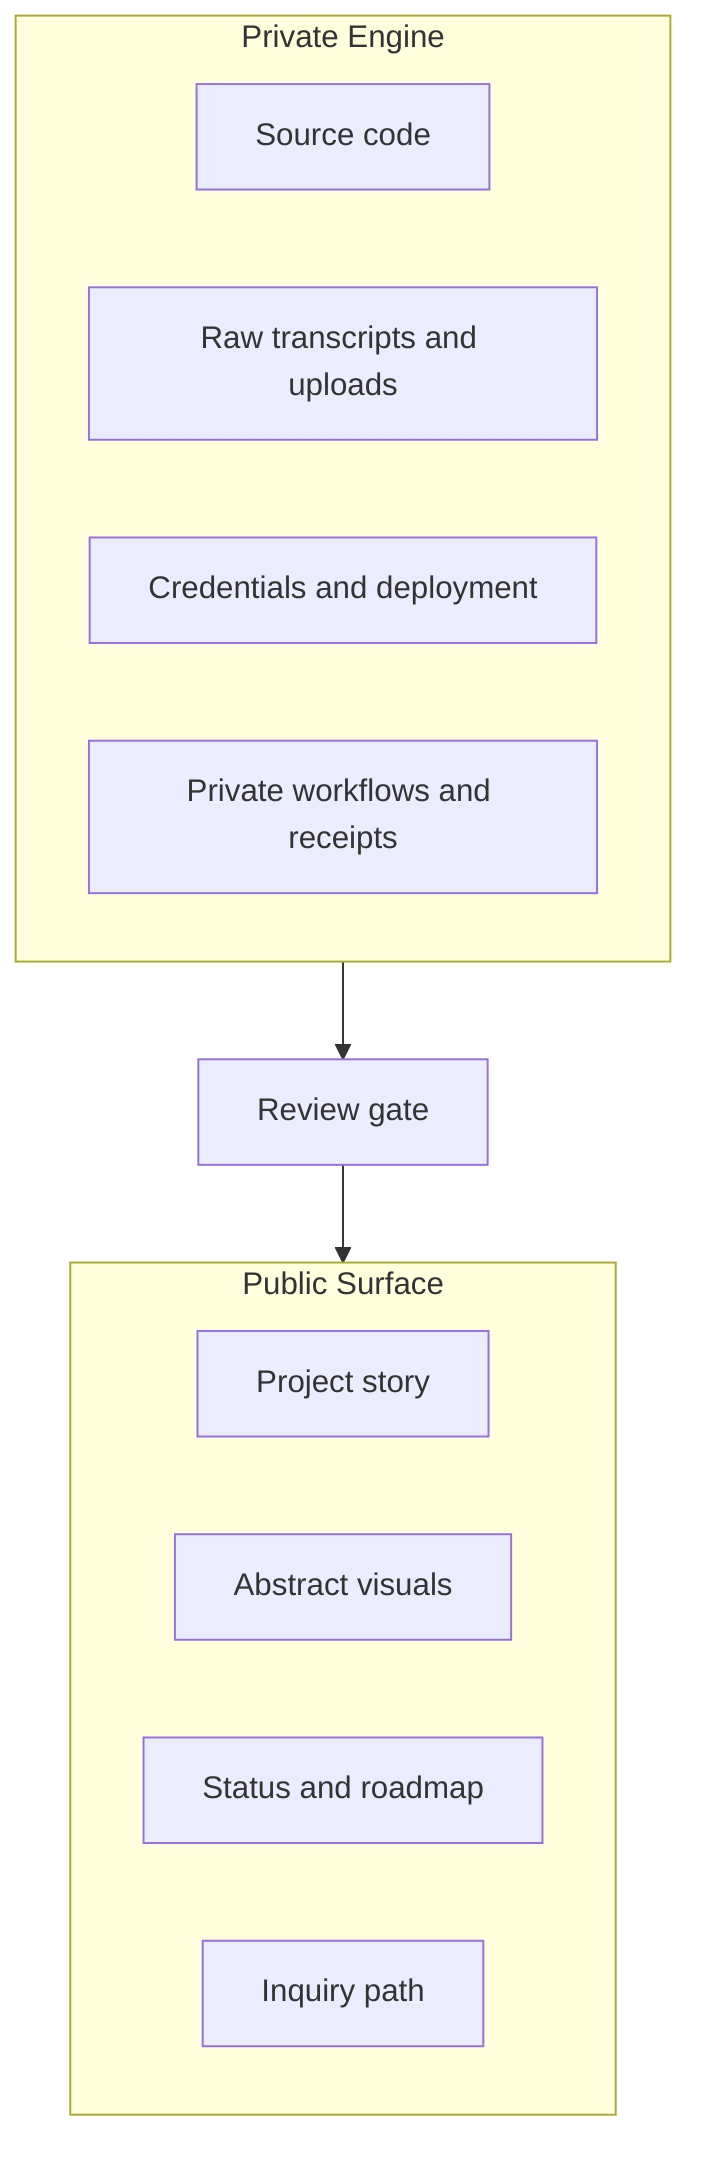
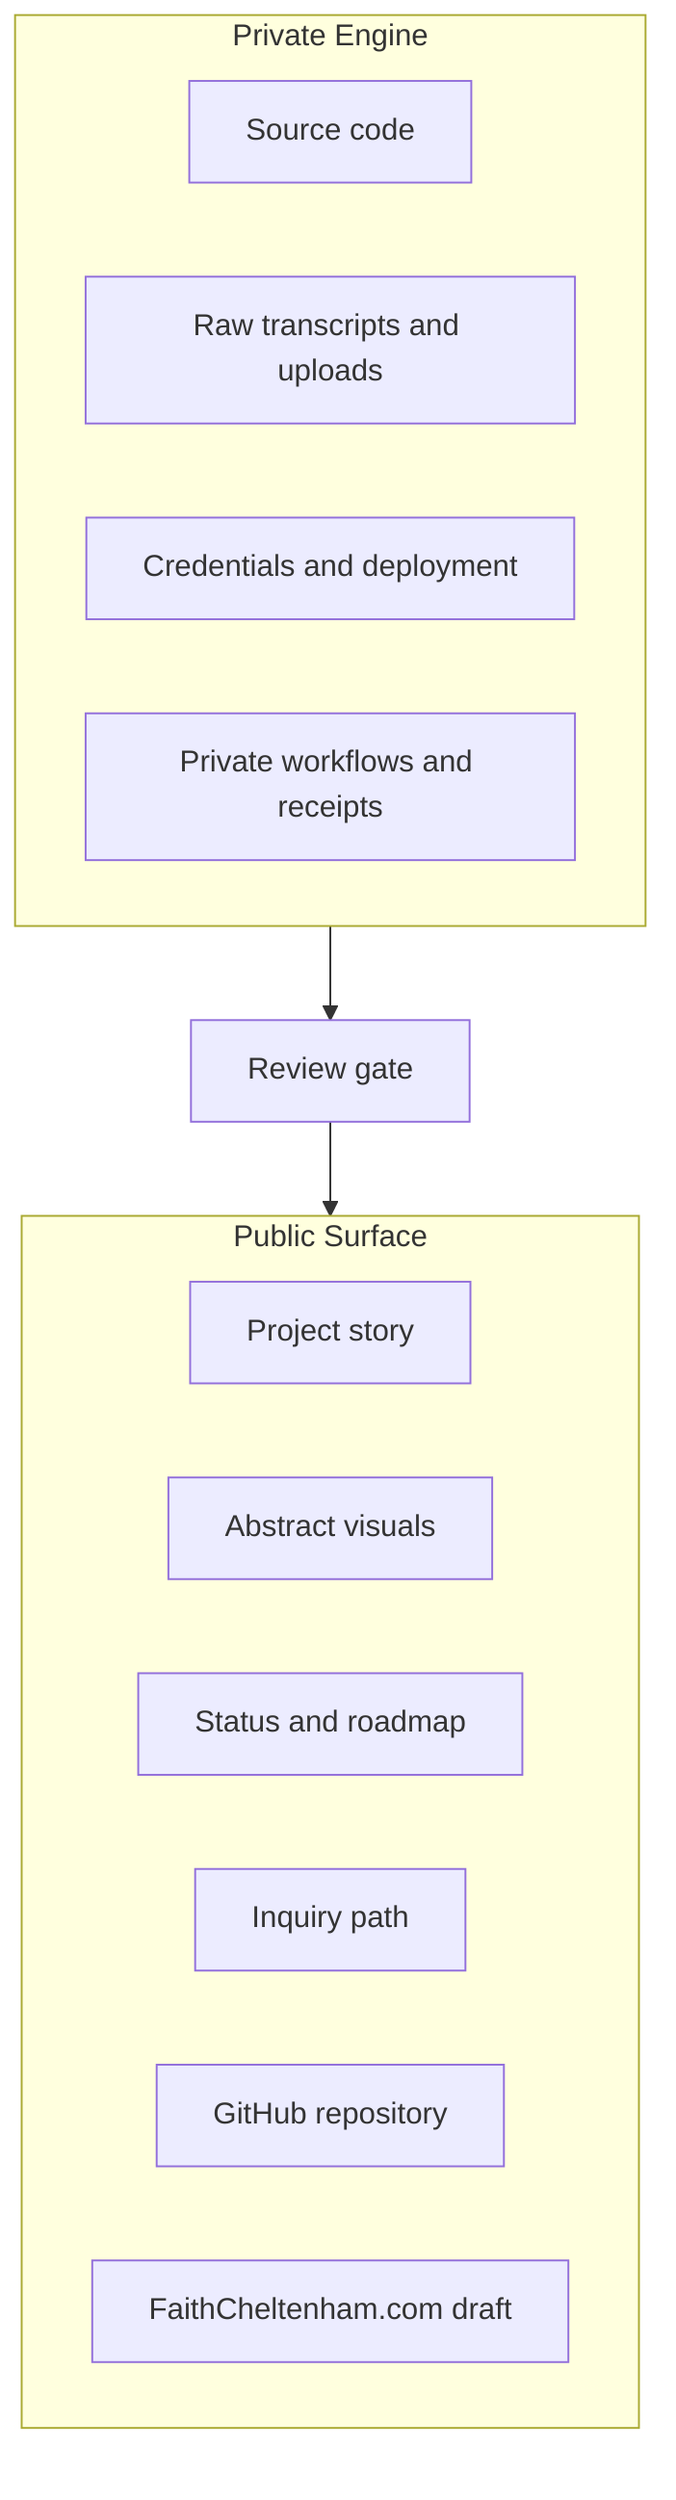
flowchart TB
  subgraph Public["Public Surface"]
    P1["Project story"]
    P2["Abstract visuals"]
    P3["Status and roadmap"]
    P4["Inquiry path"]
+     P5["GitHub repository"]
+     P6["FaithCheltenham.com draft"]
  end

  subgraph Private["Private Engine"]
    R1["Source code"]
    R2["Raw transcripts and uploads"]
    R3["Credentials and deployment"]
    R4["Private workflows and receipts"]
  end

  Private --> G["Review gate"]
  G --> Public
